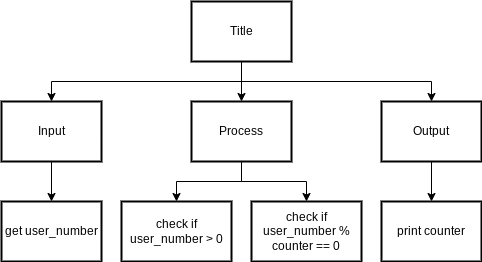
Before: drawio/topDownDesign/topDownDesign.png, a diagram exported from draw.io (Aidan-Lalonde-Novales/ICS3U-Assignment5-Python). Source tidied: cells renumbered, new cells last; positions are measured from the earlier drawing's top-left corner, leaving out a move shared by most shapes.
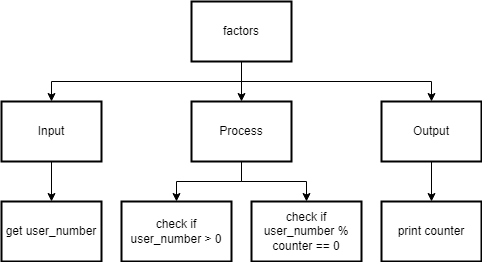
The same diagram one commit later.

Change to the diagram source:
```diff
@@ -40,7 +40,7 @@
         </Array>
       </mxGeometry>
     </mxCell>
-    <mxCell id="8" value="Title" style="rounded=0;whiteSpace=wrap;html=1;absoluteArcSize=1;arcSize=14;strokeWidth=2;" parent="1" vertex="1">
+    <mxCell id="8" value="factors" style="rounded=0;whiteSpace=wrap;html=1;absoluteArcSize=1;arcSize=14;strokeWidth=2;" parent="1" vertex="1">
       <mxGeometry x="190" width="100" height="60" as="geometry" />
     </mxCell>
     <mxCell id="9" style="edgeStyle=none;rounded=0;html=1;exitX=0.5;exitY=1;exitDx=0;exitDy=0;entryX=0.5;entryY=0;entryDx=0;entryDy=0;" parent="1" edge="1" source="10" target="13">
```
